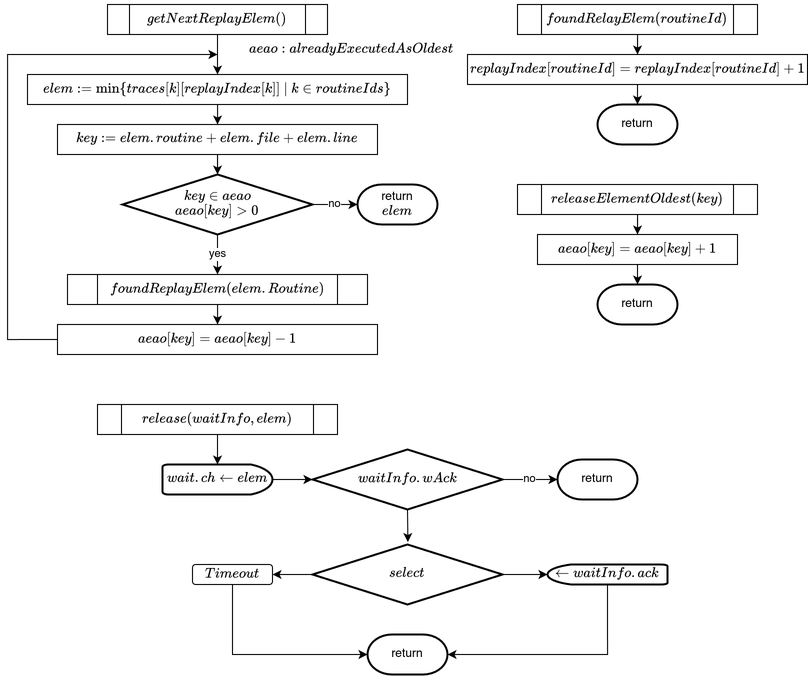
ErikKassubek/ADVOCATE keeps this draw.io diagram as doc/img/release.png. Above is the earlier version. Source tidied: cells renumbered, new cells last; positions are measured from the earlier drawing's top-left corner, leaving out a move shared by most shapes.
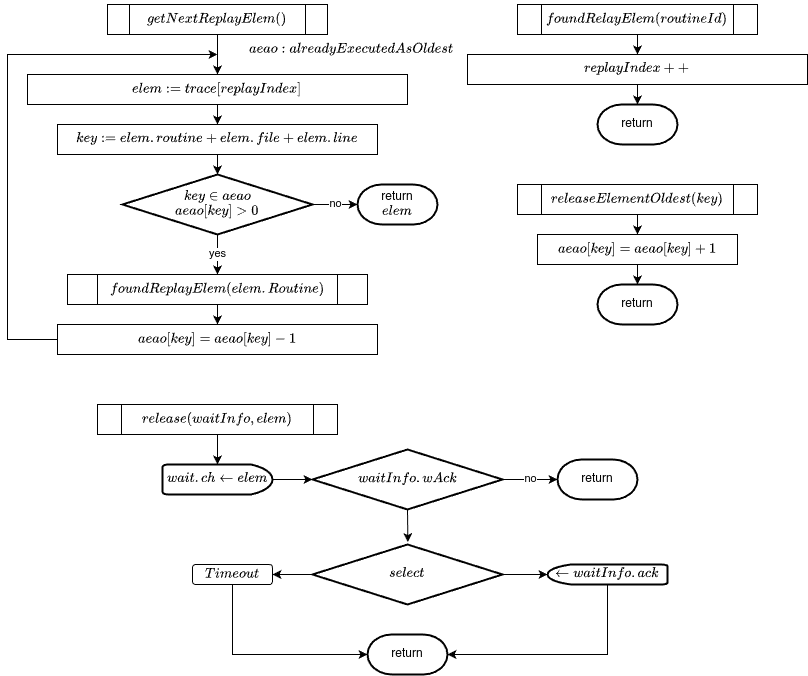
After the change.

Diff of the diagram source:
```diff
@@ -11,7 +11,7 @@
     <mxCell id="4" style="edgeStyle=orthogonalEdgeStyle;rounded=0;jettySize=auto;html=1;" parent="1" edge="1" source="5" target="8">
       <mxGeometry relative="1" as="geometry" />
     </mxCell>
-    <mxCell id="5" value="\(elem := \min\{traces[k][replayIndex[k]]\ |\ k \in routineIds\}\)" style="rounded=0;whiteSpace=wrap;html=1;" parent="1" vertex="1">
+    <mxCell id="5" value="\(elem := trace[replayIndex]\)" style="rounded=0;whiteSpace=wrap;html=1;" parent="1" vertex="1">
       <mxGeometry x="20" y="70" width="380" height="30" as="geometry" />
     </mxCell>
     <mxCell id="6" style="edgeStyle=orthogonalEdgeStyle;rounded=0;jettySize=auto;html=1;" parent="1" edge="1" source="8" target="11">
@@ -62,7 +62,7 @@
     <mxCell id="19" value="\[foundRelayElem(routineId)\]" style="shape=process;whiteSpace=wrap;html=1;backgroundOutline=1;" parent="1" vertex="1">
       <mxGeometry x="510" width="240" height="30" as="geometry" />
     </mxCell>
-    <mxCell id="20" value="\[replayIndex[routineId] = replayIndex[routineId] + 1\]" style="rounded=0;whiteSpace=wrap;html=1;" parent="1" vertex="1">
+    <mxCell id="20" value="\[replayIndex++\]" style="rounded=0;whiteSpace=wrap;html=1;" parent="1" vertex="1">
       <mxGeometry x="460" y="50" width="340" height="30" as="geometry" />
     </mxCell>
     <mxCell id="21" value="return" style="strokeWidth=2;html=1;shape=mxgraph.flowchart.terminator;whiteSpace=wrap;" parent="1" vertex="1">
```
